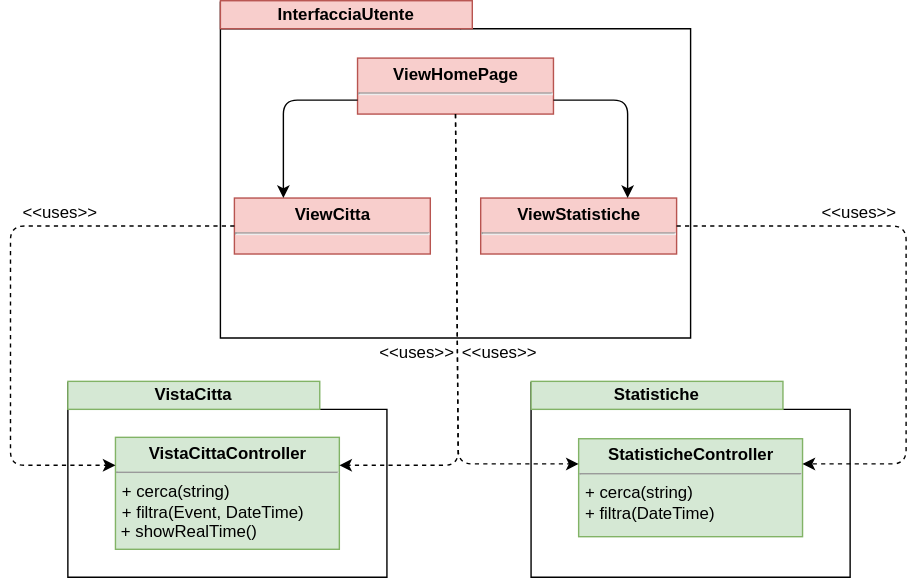
Above: resources/DiagrammaClassiUtente.svg in Leaaaf/weatherment.io (draw.io), before the change. Source tidied: cells renumbered, new cells last; positions are measured from the earlier drawing's top-left corner, leaving out a move shared by most shapes.
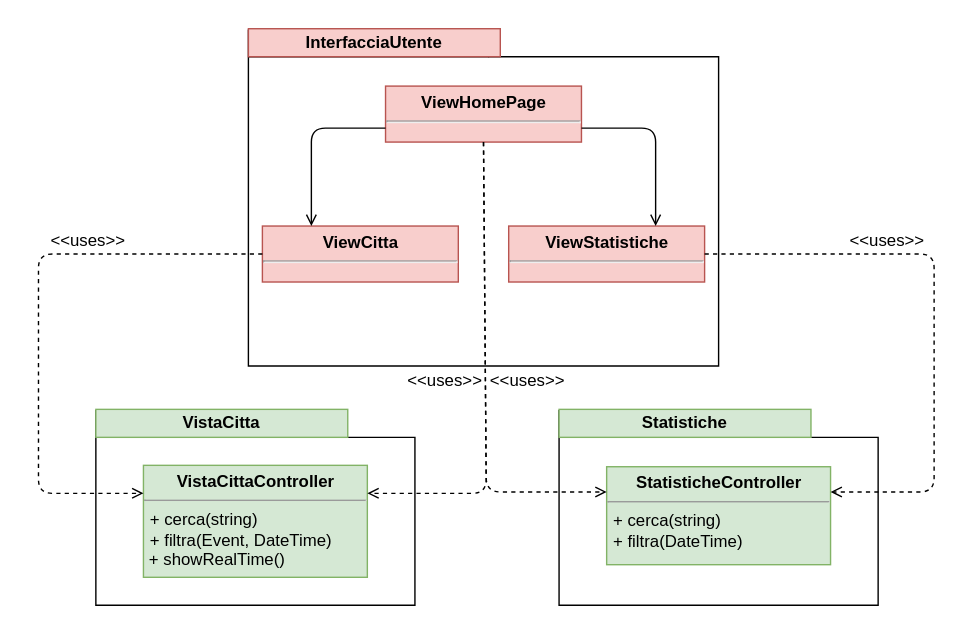
The same file after the commit.

The edit, as a diff of the source:
```diff
@@ -17,14 +17,14 @@
     <mxCell id="6" value="&lt;p style=&quot;margin: 0px ; margin-top: 4px ; text-align: center&quot;&gt;&lt;b&gt;ViewStatistiche&lt;/b&gt;&lt;/p&gt;&lt;hr&gt;" style="verticalAlign=top;align=left;overflow=fill;fontSize=12;fontFamily=Helvetica;html=1;labelBackgroundColor=none;absoluteArcSize=1;fillColor=#f8cecc;strokeColor=#b85450;" parent="1" vertex="1">
       <mxGeometry x="336" y="141" width="140" height="40" as="geometry" />
     </mxCell>
-    <mxCell id="7" style="endArrow=classic;html=1;exitX=0;exitY=0.75;exitDx=0;exitDy=0;entryX=0.25;entryY=0;entryDx=0;entryDy=0;" parent="1" edge="1" source="4" target="5">
+    <mxCell id="7" style="endArrow=open;html=1;exitX=0;exitY=0.75;exitDx=0;exitDy=0;entryX=0.25;entryY=0;entryDx=0;entryDy=0;endFill=0;" parent="1" edge="1" source="4" target="5">
       <mxGeometry relative="1" as="geometry">
         <Array as="points">
           <mxPoint x="195" y="71" />
         </Array>
       </mxGeometry>
     </mxCell>
-    <mxCell id="8" style="endArrow=classic;html=1;exitX=1;exitY=0.75;exitDx=0;exitDy=0;entryX=0.75;entryY=0;entryDx=0;entryDy=0;" parent="1" edge="1" source="4" target="6">
+    <mxCell id="8" style="endArrow=open;html=1;exitX=1;exitY=0.75;exitDx=0;exitDy=0;entryX=0.75;entryY=0;entryDx=0;entryDy=0;endFill=0;" parent="1" edge="1" source="4" target="6">
       <mxGeometry relative="1" as="geometry">
         <Array as="points">
           <mxPoint x="441" y="71" />
@@ -49,7 +49,7 @@
     <mxCell id="14" value="&lt;p style=&quot;margin: 0px ; margin-top: 4px ; text-align: center&quot;&gt;&lt;b&gt;StatisticheController&lt;/b&gt;&lt;/p&gt;&lt;hr size=&quot;1&quot;&gt;&lt;p style=&quot;margin: 0px ; margin-left: 4px&quot;&gt;+ cerca(string)&lt;/p&gt;&lt;p style=&quot;margin: 0px ; margin-left: 4px&quot;&gt;+ filtra(DateTime)&lt;/p&gt;&lt;br&gt;" style="verticalAlign=top;align=left;overflow=fill;fontSize=12;fontFamily=Helvetica;html=1;labelBackgroundColor=none;fillColor=#d5e8d4;strokeColor=#82b366;" parent="1" vertex="1">
       <mxGeometry x="406" y="313" width="160" height="70" as="geometry" />
     </mxCell>
-    <mxCell id="15" style="endArrow=classic;html=1;exitX=0;exitY=0.5;exitDx=0;exitDy=0;dashed=1;entryX=0;entryY=0.25;entryDx=0;entryDy=0;" parent="1" edge="1" source="5" target="11">
+    <mxCell id="15" style="endArrow=open;html=1;exitX=0;exitY=0.5;exitDx=0;exitDy=0;dashed=1;entryX=0;entryY=0.25;entryDx=0;entryDy=0;endFill=0;" parent="1" edge="1" source="5" target="11">
       <mxGeometry relative="1" as="geometry">
         <Array as="points">
           <mxPoint y="161" />
@@ -57,7 +57,7 @@
         </Array>
       </mxGeometry>
     </mxCell>
-    <mxCell id="16" style="endArrow=classic;html=1;exitX=1;exitY=0.5;exitDx=0;exitDy=0;dashed=1;entryX=1;entryY=0.25;entryDx=0;entryDy=0;" parent="1" edge="1" source="6" target="14">
+    <mxCell id="16" style="endArrow=open;html=1;exitX=1;exitY=0.5;exitDx=0;exitDy=0;dashed=1;entryX=1;entryY=0.25;entryDx=0;entryDy=0;endFill=0;" parent="1" edge="1" source="6" target="14">
       <mxGeometry relative="1" as="geometry">
         <Array as="points">
           <mxPoint x="640" y="161" />
@@ -65,14 +65,14 @@
         </Array>
       </mxGeometry>
     </mxCell>
-    <mxCell id="17" style="endArrow=classic;html=1;exitX=0.5;exitY=1;exitDx=0;exitDy=0;dashed=1;entryX=1;entryY=0.25;entryDx=0;entryDy=0;" parent="1" edge="1" source="4" target="11">
+    <mxCell id="17" style="endArrow=open;html=1;exitX=0.5;exitY=1;exitDx=0;exitDy=0;dashed=1;entryX=1;entryY=0.25;entryDx=0;entryDy=0;endFill=0;" parent="1" edge="1" source="4" target="11">
       <mxGeometry relative="1" as="geometry">
         <Array as="points">
           <mxPoint x="320" y="332" />
         </Array>
       </mxGeometry>
     </mxCell>
-    <mxCell id="18" style="endArrow=classic;html=1;exitX=0.5;exitY=1;exitDx=0;exitDy=0;dashed=1;entryX=0;entryY=0.25;entryDx=0;entryDy=0;" parent="1" edge="1" source="4" target="14">
+    <mxCell id="18" style="endArrow=open;html=1;exitX=0.5;exitY=1;exitDx=0;exitDy=0;dashed=1;entryX=0;entryY=0.25;entryDx=0;entryDy=0;endFill=0;" parent="1" edge="1" source="4" target="14">
       <mxGeometry relative="1" as="geometry">
         <Array as="points">
           <mxPoint x="320" y="331" />
```
